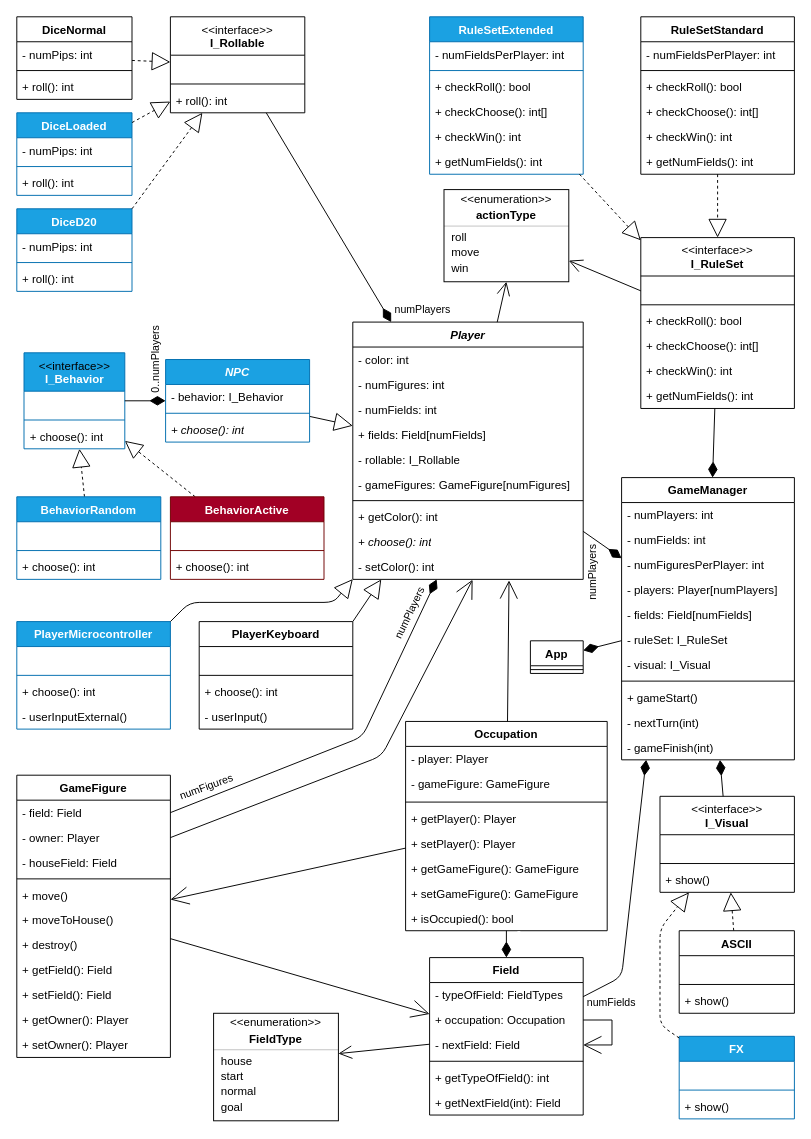
Chrisdroid8/EmbeddedSystems keeps this draw.io diagram as page "Seite-1" (1 of 2) of Rothe/diagramme/KlassendiagrammUML.drawio. Above is the earlier version. Source tidied: cells renumbered, new cells numbered last; positions are measured from the earlier drawing's top-left corner, leaving out a move shared by most shapes. Both pictures are drawn from the tidied source at 96%, with x=0, y=0 at pixel (16, 16).
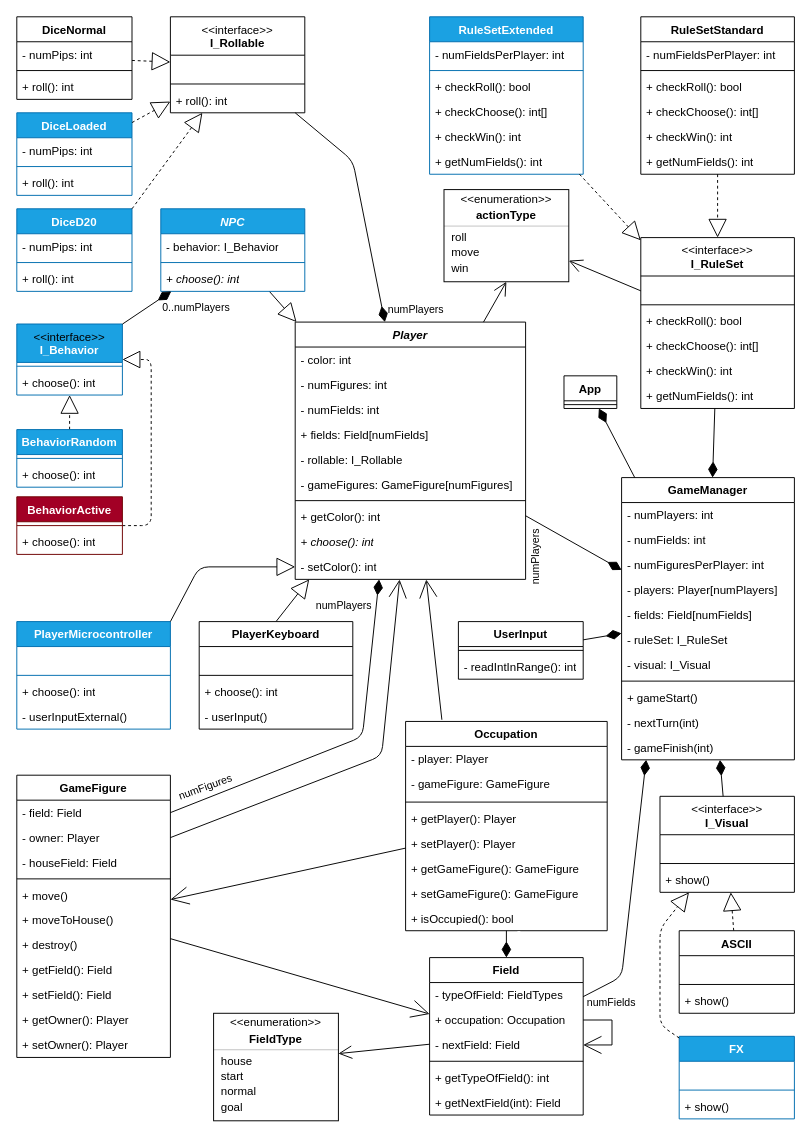
After the change.

Commit message (it also covers changes not shown here):
Enhance GameManager to support dynamic player count and figures per player; introduce UserInput utility for validated console input

Unchanged cells that the change refers to:
```xml
<mxCell id="16" value="- setColor(): int" style="text;strokeColor=none;fillColor=none;align=left;verticalAlign=top;spacingLeft=4;spacingRight=4;overflow=hidden;points=[[0,0.5],[1,0.5]];portConstraint=eastwest;whiteSpace=wrap;html=1;rounded=0;" parent="6" vertex="1">
  <mxGeometry y="242" width="240" height="26" as="geometry" />
</mxCell>
<mxCell id="17" value="GameManager" style="swimlane;fontStyle=1;align=center;verticalAlign=top;horizontal=1;startSize=26;whiteSpace=wrap;html=1;rounded=0;" parent="1" vertex="1">
  <mxGeometry x="630" y="480" width="180" height="294" as="geometry" />
</mxCell>
<mxCell id="59" value="&lt;span style=&quot;font-weight: normal;&quot;&gt;&lt;font style=&quot;color: light-dark(rgb(0, 0, 0), rgb(192, 192, 192));&quot;&gt;&amp;lt;&amp;lt;interface&amp;gt;&amp;gt;&lt;/font&gt;&lt;/span&gt;&lt;br&gt;I_Rollable" style="swimlane;fontStyle=1;align=center;verticalAlign=top;horizontal=1;startSize=40;whiteSpace=wrap;html=1;" parent="1" vertex="1">
  <mxGeometry x="160" width="140" height="100" as="geometry" />
</mxCell>
<mxCell id="84" value="PlayerMicrocontroller" style="swimlane;fontStyle=1;align=center;verticalAlign=top;horizontal=1;startSize=26;whiteSpace=wrap;html=1;fillColor=#1ba1e2;fontColor=#ffffff;strokeColor=#006EAF;" parent="1" vertex="1">
  <mxGeometry y="630" width="160" height="112" as="geometry" />
</mxCell>
<mxCell id="90" value="PlayerKeyboard" style="swimlane;fontStyle=1;align=center;verticalAlign=top;horizontal=1;startSize=26;whiteSpace=wrap;html=1;" parent="1" vertex="1">
  <mxGeometry x="190" y="630" width="160" height="112" as="geometry" />
</mxCell>
<mxCell id="107" value="Occupation" style="swimlane;fontStyle=1;align=center;verticalAlign=top;horizontal=1;startSize=26;whiteSpace=wrap;html=1;" parent="1" vertex="1">
  <mxGeometry x="405" y="734" width="210" height="218" as="geometry" />
</mxCell>
<mxCell id="118" value="- owner: Player" style="text;strokeColor=none;fillColor=none;align=left;verticalAlign=top;spacingLeft=4;spacingRight=4;overflow=hidden;points=[[0,0.5],[1,0.5]];portConstraint=eastwest;whiteSpace=wrap;html=1;" parent="116" vertex="1">
  <mxGeometry y="52" width="160" height="26" as="geometry" />
</mxCell>
<mxCell id="156" style="endArrow=none;html=1;endSize=12;startArrow=diamondThin;startSize=14;startFill=1;endFill=0;" parent="1" edge="1" source="80" target="95">
  <mxGeometry relative="1" as="geometry" />
</mxCell>
<mxCell id="165" style="endArrow=none;html=1;endSize=12;startArrow=diamondThin;startSize=14;startFill=1;endFill=0;entryX=1;entryY=0.5;entryDx=0;entryDy=0;exitX=0.364;exitY=1.002;exitDx=0;exitDy=0;exitPerimeter=0;" parent="1" edge="1" source="16" target="117">
  <mxGeometry relative="1" as="geometry">
    <Array as="points">
      <mxPoint x="360" y="750" />
    </Array>
  </mxGeometry>
</mxCell>
```

What changed in the source:
```diff
@@
-    <mxCell id="3" style="endArrow=block;html=1;rounded=0;endFill=0;endSize=16.9291;exitX=1;exitY=0;exitDx=0;exitDy=0;" parent="1" edge="1" source="90" target="6">
+    <mxCell id="3" style="endArrow=block;html=1;rounded=0;endFill=0;endSize=16.9291;exitX=0.5;exitY=0;exitDx=0;exitDy=0;" parent="1" edge="1" source="90" target="6">
       <mxGeometry relative="1" as="geometry" />
     </mxCell>
-    <mxCell id="4" style="endArrow=block;html=1;rounded=0;endFill=0;endSize=16.141699999999997;dashed=1;" parent="1" edge="1" source="103" target="95">
-      <mxGeometry relative="1" as="geometry" />
+    <mxCell id="4" style="endArrow=block;html=1;rounded=1;endFill=0;endSize=16.141699999999997;dashed=1;" parent="1" edge="1" source="103" target="95">
+      <mxGeometry relative="1" as="geometry">
+        <Array as="points">
+          <mxPoint x="140" y="530" />
+          <mxPoint x="140" y="357" />
+        </Array>
+      </mxGeometry>
     </mxCell>
@@
     <mxCell id="6" value="&lt;i&gt;Player&lt;/i&gt;" style="swimlane;fontStyle=1;align=center;verticalAlign=top;horizontal=1;startSize=26;whiteSpace=wrap;html=1;swimlaneLine=1;glass=0;swimlaneFillColor=none;rounded=0;" parent="1" vertex="1">
-      <mxGeometry x="350" y="318" width="240" height="268" as="geometry" />
+      <mxGeometry x="290" y="318" width="240" height="268" as="geometry" />
     </mxCell>
@@
     <mxCell id="80" value="&lt;i&gt;NPC&lt;/i&gt;" style="swimlane;fontStyle=1;align=center;verticalAlign=top;horizontal=1;startSize=26;whiteSpace=wrap;html=1;fillColor=#1ba1e2;fontColor=#ffffff;strokeColor=#006EAF;" parent="1" vertex="1">
-      <mxGeometry x="155" y="357" width="150" height="86" as="geometry" />
+      <mxGeometry x="150" y="200" width="150" height="86" as="geometry" />
     </mxCell>
@@
-    <mxCell id="89" style="endArrow=block;html=1;rounded=1;endFill=0;endSize=16.9291;exitX=1;exitY=0;exitDx=0;exitDy=0;curved=0;entryX=0;entryY=0.987;entryDx=0;entryDy=0;entryPerimeter=0;" parent="1" edge="1" source="84" target="16">
+    <mxCell id="89" style="endArrow=block;html=1;rounded=1;endFill=0;endSize=16.9291;exitX=1;exitY=0;exitDx=0;exitDy=0;curved=0;entryX=0;entryY=0.5;entryDx=0;entryDy=0;" parent="1" edge="1" source="84" target="16">
       <mxGeometry relative="1" as="geometry">
         <Array as="points">
-          <mxPoint x="180" y="610" />
-          <mxPoint x="330" y="610" />
+          <mxPoint x="190" y="573" />
         </Array>
       </mxGeometry>
     </mxCell>
@@
     <mxCell id="95" value="&lt;span style=&quot;font-weight: normal;&quot;&gt;&lt;font style=&quot;color: light-dark(rgb(0, 0, 0), rgb(192, 192, 192));&quot;&gt;&amp;lt;&amp;lt;interface&amp;gt;&amp;gt;&lt;/font&gt;&lt;/span&gt;&lt;br&gt;I_Behavior" style="swimlane;fontStyle=1;align=center;verticalAlign=top;horizontal=1;startSize=40;whiteSpace=wrap;html=1;fillColor=#1ba1e2;fontColor=#ffffff;strokeColor=#006EAF;" parent="1" vertex="1">
-      <mxGeometry x="7.5" y="350" width="105" height="100" as="geometry" />
+      <mxGeometry y="320" width="110" height="74" as="geometry" />
     </mxCell>
-    <mxCell id="96" value="&amp;nbsp;" style="text;strokeColor=none;fillColor=none;align=left;verticalAlign=top;spacingLeft=4;spacingRight=4;overflow=hidden;whiteSpace=wrap;html=1;" parent="95" vertex="1">
-      <mxGeometry y="40" width="105" height="26" as="geometry" />
-    </mxCell>
     <mxCell id="97" style="line;strokeWidth=1;fillColor=none;align=left;verticalAlign=middle;spacingTop=-1;spacingLeft=3;spacingRight=3;labelPosition=right;strokeColor=inherit;" parent="95" vertex="1">
-      <mxGeometry y="66" width="105" height="8" as="geometry" />
+      <mxGeometry y="40" width="110" height="8" as="geometry" />
     </mxCell>
     <mxCell id="98" value="+ choose(): int" style="text;strokeColor=none;fillColor=none;align=left;verticalAlign=top;spacingLeft=4;spacingRight=4;overflow=hidden;whiteSpace=wrap;html=1;" parent="95" vertex="1">
-      <mxGeometry y="74" width="105" height="26" as="geometry" />
+      <mxGeometry y="48" width="110" height="26" as="geometry" />
     </mxCell>
     <mxCell id="99" value="BehaviorRandom" style="swimlane;fontStyle=1;align=center;verticalAlign=top;horizontal=1;startSize=26;whiteSpace=wrap;html=1;fillColor=#1ba1e2;fontColor=#ffffff;strokeColor=#006EAF;" parent="1" vertex="1">
-      <mxGeometry y="500" width="150" height="86" as="geometry" />
+      <mxGeometry y="430" width="110" height="60" as="geometry" />
     </mxCell>
-    <mxCell id="100" value="&amp;nbsp;" style="text;strokeColor=none;fillColor=none;align=left;verticalAlign=top;spacingLeft=4;spacingRight=4;overflow=hidden;whiteSpace=wrap;html=1;" parent="99" vertex="1">
-      <mxGeometry y="26" width="150" height="26" as="geometry" />
-    </mxCell>
     <mxCell id="101" style="line;strokeWidth=1;fillColor=none;align=left;verticalAlign=middle;spacingTop=-1;spacingLeft=3;spacingRight=3;labelPosition=right;strokeColor=inherit;" parent="99" vertex="1">
-      <mxGeometry y="52" width="150" height="8" as="geometry" />
+      <mxGeometry y="26" width="110" height="8" as="geometry" />
     </mxCell>
     <mxCell id="102" value="+ choose(): int" style="text;strokeColor=none;fillColor=none;align=left;verticalAlign=top;spacingLeft=4;spacingRight=4;overflow=hidden;whiteSpace=wrap;html=1;" parent="99" vertex="1">
-      <mxGeometry y="60" width="150" height="26" as="geometry" />
+      <mxGeometry y="34" width="110" height="26" as="geometry" />
     </mxCell>
     <mxCell id="103" value="BehaviorActive" style="swimlane;fontStyle=1;align=center;verticalAlign=top;horizontal=1;startSize=26;whiteSpace=wrap;html=1;fillColor=#a20025;fontColor=#ffffff;strokeColor=#6F0000;" parent="1" vertex="1">
-      <mxGeometry x="160" y="500" width="160" height="86" as="geometry" />
+      <mxGeometry y="500" width="110" height="60" as="geometry" />
     </mxCell>
-    <mxCell id="104" value="&amp;nbsp;" style="text;strokeColor=none;fillColor=none;align=left;verticalAlign=top;spacingLeft=4;spacingRight=4;overflow=hidden;whiteSpace=wrap;html=1;" parent="103" vertex="1">
-      <mxGeometry y="26" width="160" height="26" as="geometry" />
-    </mxCell>
     <mxCell id="105" style="line;strokeWidth=1;fillColor=none;align=left;verticalAlign=middle;spacingTop=-1;spacingLeft=3;spacingRight=3;labelPosition=right;strokeColor=inherit;" parent="103" vertex="1">
-      <mxGeometry y="52" width="160" height="8" as="geometry" />
+      <mxGeometry y="26" width="110" height="8" as="geometry" />
     </mxCell>
     <mxCell id="106" value="+ choose(): int" style="text;strokeColor=none;fillColor=none;align=left;verticalAlign=top;spacingLeft=4;spacingRight=4;overflow=hidden;whiteSpace=wrap;html=1;" parent="103" vertex="1">
-      <mxGeometry y="60" width="160" height="26" as="geometry" />
+      <mxGeometry y="34" width="110" height="26" as="geometry" />
     </mxCell>
@@
-    <mxCell id="151" style="endArrow=open;html=1;rounded=0;endFill=0;endSize=16.9291;startArrow=none;startFill=0;startSize=16.141699999999997;entryX=0.678;entryY=1.041;entryDx=0;entryDy=0;entryPerimeter=0;" parent="1" edge="1" source="107" target="16">
+    <mxCell id="151" style="endArrow=open;html=1;rounded=0;endFill=0;endSize=16.9291;startArrow=none;startFill=0;startSize=16.141699999999997;entryX=0.569;entryY=1.006;entryDx=0;entryDy=0;entryPerimeter=0;exitX=0.18;exitY=-0.008;exitDx=0;exitDy=0;exitPerimeter=0;" parent="1" edge="1" source="107" target="16">
       <mxGeometry relative="1" as="geometry" />
     </mxCell>
-    <mxCell id="152" style="endArrow=open;html=1;rounded=1;endFill=0;endSize=16.9291;startArrow=none;startFill=0;startSize=16.141699999999997;exitX=1;exitY=0.5;exitDx=0;exitDy=0;entryX=0.52;entryY=1.013;entryDx=0;entryDy=0;entryPerimeter=0;curved=0;" parent="1" edge="1" source="118" target="16">
+    <mxCell id="152" style="endArrow=open;html=1;rounded=1;endFill=0;endSize=16.9291;startArrow=none;startFill=0;startSize=16.141699999999997;exitX=1;exitY=0.5;exitDx=0;exitDy=0;entryX=0.453;entryY=1.006;entryDx=0;entryDy=0;entryPerimeter=0;curved=0;" parent="1" edge="1" source="118" target="16">
       <mxGeometry relative="1" as="geometry">
         <Array as="points">
           <mxPoint x="380" y="770" />
         </Array>
       </mxGeometry>
     </mxCell>
     <mxCell id="153" style="endArrow=none;html=1;endSize=12;startArrow=diamondThin;startSize=14;startFill=1;endFill=0;" parent="1" edge="1" source="6" target="59">
-      <mxGeometry relative="1" as="geometry" />
+      <mxGeometry relative="1" as="geometry">
+        <Array as="points">
+          <mxPoint x="350" y="150" />
+        </Array>
+      </mxGeometry>
     </mxCell>
@@
-    <mxCell id="157" value="0..numPlayers" style="edgeLabel;html=1;align=left;verticalAlign=top;rotation=-90;" parent="156" vertex="1">
+    <mxCell id="157" value="0..numPlayers" style="edgeLabel;html=1;align=left;verticalAlign=top;rotation=0;" parent="156" vertex="1">
       <mxGeometry x="-1" relative="1" as="geometry">
-        <mxPoint x="-23" y="-6" as="offset" />
+        <mxPoint x="-11" y="4" as="offset" />
       </mxGeometry>
     </mxCell>
     <mxCell id="158" value="&amp;nbsp;" style="edgeLabel;html=1;align=right;verticalAlign=top;" parent="156" vertex="1">
       <mxGeometry x="1" relative="1" as="geometry">
-        <mxPoint x="11" y="-22" as="offset" />
+        <mxPoint y="-22" as="offset" />
       </mxGeometry>
     </mxCell>
@@
-    <mxCell id="166" value="numPlayers" style="edgeLabel;html=1;align=left;verticalAlign=top;rotation=-64.7;" parent="165" vertex="1">
+    <mxCell id="166" value="numPlayers" style="edgeLabel;html=1;align=left;verticalAlign=top;rotation=0;" parent="165" vertex="1">
       <mxGeometry x="-1" relative="1" as="geometry">
-        <mxPoint x="-53" y="58" as="offset" />
+        <mxPoint x="-67" y="14" as="offset" />
       </mxGeometry>
     </mxCell>
@@
     <mxCell id="190" value="App" style="swimlane;fontStyle=1;align=center;verticalAlign=top;horizontal=1;startSize=26;whiteSpace=wrap;html=1;rounded=0;" parent="1" vertex="1">
-      <mxGeometry x="535" y="650" width="55" height="34" as="geometry" />
+      <mxGeometry x="570" y="374" width="55" height="34" as="geometry" />
     </mxCell>
@@
+    <mxCell id="194" value="UserInput" style="swimlane;fontStyle=1;align=center;verticalAlign=top;horizontal=1;startSize=26;whiteSpace=wrap;html=1;rounded=0;" parent="1" vertex="1">
+      <mxGeometry x="460" y="630" width="130" height="60" as="geometry" />
+    </mxCell>
+    <mxCell id="195" style="line;strokeWidth=1;fillColor=none;align=left;verticalAlign=middle;spacingTop=-1;spacingLeft=3;spacingRight=3;labelPosition=right;strokeColor=inherit;rounded=0;" parent="194" vertex="1">
+      <mxGeometry y="26" width="130" height="8" as="geometry" />
+    </mxCell>
+    <mxCell id="196" value="- readIntInRange(): int" style="text;strokeColor=none;fillColor=none;align=left;verticalAlign=top;spacingLeft=4;spacingRight=4;overflow=hidden;whiteSpace=wrap;html=1;rounded=0;" parent="194" vertex="1">
+      <mxGeometry y="34" width="130" height="26" as="geometry" />
+    </mxCell>
+    <mxCell id="197" style="endArrow=none;html=1;endSize=12;startArrow=diamondThin;startSize=14;startFill=1;endFill=0;" parent="1" edge="1" source="17" target="194">
+      <mxGeometry relative="1" as="geometry" />
+    </mxCell>
+    <mxCell id="198" value="&amp;nbsp;" style="edgeLabel;html=1;align=right;verticalAlign=top;" parent="197" vertex="1">
+      <mxGeometry x="1" relative="1" as="geometry">
+        <mxPoint x="13" y="-3" as="offset" />
+      </mxGeometry>
+    </mxCell>
```
